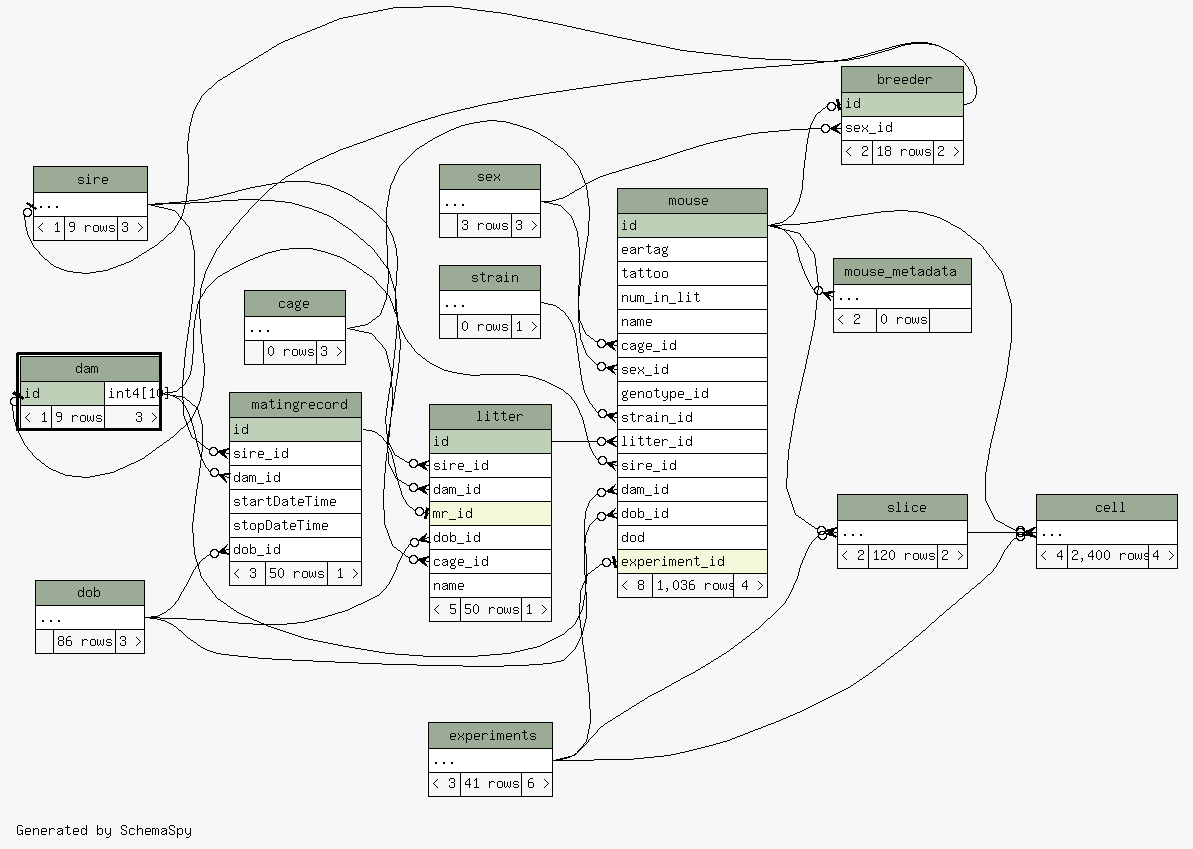
Earlier version of the Graphviz export database/ss/diagrams/dam.2degrees.png (tgbugs/mlab). Its source is kept beside it as database/ss/diagrams/dam.2degrees.dot. The source it was exported from:
```dot
digraph "twoDegreesRelationshipsDiagram" {
  graph [
    rankdir="RL"
    bgcolor="#f7f7f7"
    label="\nGenerated by SchemaSpy"
    labeljust="l"
    nodesep="0.18"
    ranksep="0.46"
    fontname="Helvetica"
    fontsize="11"
  ];
  node [
    fontname="Helvetica"
    fontsize="11"
    shape="plaintext"
  ];
  edge [
    arrowsize="0.8"
  ];
  "breeder":"id":w -> "mouse":"id":e [arrowhead=none dir=back arrowtail=teeodot];
  "breeder":"sex_id":w -> "sex":"elipses":e [arrowhead=none dir=back arrowtail=crowodot];
  "cell":"elipses":w -> "experiments":"elipses":e [arrowhead=none dir=back arrowtail=crowodot];
  "cell":"elipses":w -> "mouse":"id":e [arrowhead=none dir=back arrowtail=crowodot];
  "cell":"elipses":w -> "slice":"elipses":e [arrowhead=none dir=back arrowtail=crowodot];
  "dam":"id":w -> "breeder":"id":e [arrowhead=none dir=back arrowtail=teeodot];
  "litter":"cage_id":w -> "cage":"elipses":e [arrowhead=none dir=back arrowtail=crowodot];
  "litter":"dam_id":w -> "dam":"id.type":e [arrowhead=none dir=back arrowtail=crowodot];
  "litter":"dob_id":w -> "dob":"elipses":e [arrowhead=none dir=back arrowtail=crowodot];
  "litter":"mr_id":w -> "matingrecord":"id":e [arrowhead=none dir=back arrowtail=teeodot];
  "litter":"sire_id":w -> "sire":"elipses":e [arrowhead=none dir=back arrowtail=crowodot];
  "matingrecord":"dam_id":w -> "dam":"id.type":e [arrowhead=none dir=back arrowtail=crowodot];
  "matingrecord":"dob_id":w -> "dob":"elipses":e [arrowhead=none dir=back arrowtail=crowodot];
  "matingrecord":"sire_id":w -> "sire":"elipses":e [arrowhead=none dir=back arrowtail=crowodot];
  "mouse":"cage_id":w -> "cage":"elipses":e [arrowhead=none dir=back arrowtail=crowodot];
  "mouse":"dam_id":w -> "dam":"id.type":e [arrowhead=none dir=back arrowtail=crowodot];
  "mouse":"dob_id":w -> "dob":"elipses":e [arrowhead=none dir=back arrowtail=crowodot];
  "mouse":"experiment_id":w -> "experiments":"elipses":e [arrowhead=none dir=back arrowtail=teeodot];
  "mouse":"litter_id":w -> "litter":"id":e [arrowhead=none dir=back arrowtail=crowodot];
  "mouse":"sex_id":w -> "sex":"elipses":e [arrowhead=none dir=back arrowtail=crowodot];
  "mouse":"sire_id":w -> "sire":"elipses":e [arrowhead=none dir=back arrowtail=crowodot];
  "mouse":"strain_id":w -> "strain":"elipses":e [arrowhead=none dir=back arrowtail=crowodot];
  "mouse_metadata":"elipses":w -> "mouse":"id":e [arrowhead=none dir=back arrowtail=crowodot];
  "sire":"elipses":w -> "breeder":"id":e [arrowhead=none dir=back arrowtail=teeodot];
  "slice":"elipses":w -> "mouse":"id":e [arrowhead=none dir=back arrowtail=crowodot];
  "slice":"elipses":w -> "experiments":"elipses":e [arrowhead=none dir=back arrowtail=crowodot];
  "breeder" [
    label=<
    <TABLE BORDER="0" CELLBORDER="1" CELLSPACING="0" BGCOLOR="#ffffff">
      <TR><TD COLSPAN="3" BGCOLOR="#9bab96" ALIGN="CENTER">breeder</TD></TR>
      <TR><TD PORT="id" COLSPAN="3" BGCOLOR="#bed1b8" ALIGN="LEFT">id</TD></TR>
      <TR><TD PORT="sex_id" COLSPAN="3" ALIGN="LEFT">sex_id</TD></TR>
      <TR><TD ALIGN="LEFT" BGCOLOR="#f7f7f7">&lt; 2</TD><TD ALIGN="RIGHT" BGCOLOR="#f7f7f7">18 rows</TD><TD ALIGN="RIGHT" BGCOLOR="#f7f7f7">2 &gt;</TD></TR>
    </TABLE>>
    URL="breeder.html"
    tooltip="breeder"
  ];
  "cage" [
    label=<
    <TABLE BORDER="0" CELLBORDER="1" CELLSPACING="0" BGCOLOR="#ffffff">
      <TR><TD COLSPAN="3" BGCOLOR="#9bab96" ALIGN="CENTER">cage</TD></TR>
      <TR><TD PORT="elipses" COLSPAN="3" ALIGN="LEFT">...</TD></TR>
      <TR><TD ALIGN="LEFT" BGCOLOR="#f7f7f7">  </TD><TD ALIGN="RIGHT" BGCOLOR="#f7f7f7">0 rows</TD><TD ALIGN="RIGHT" BGCOLOR="#f7f7f7">3 &gt;</TD></TR>
    </TABLE>>
    URL="cage.html"
    tooltip="cage"
  ];
  "cell" [
    label=<
    <TABLE BORDER="0" CELLBORDER="1" CELLSPACING="0" BGCOLOR="#ffffff">
      <TR><TD COLSPAN="3" BGCOLOR="#9bab96" ALIGN="CENTER">cell</TD></TR>
      <TR><TD PORT="elipses" COLSPAN="3" ALIGN="LEFT">...</TD></TR>
      <TR><TD ALIGN="LEFT" BGCOLOR="#f7f7f7">&lt; 4</TD><TD ALIGN="RIGHT" BGCOLOR="#f7f7f7">2,400 rows</TD><TD ALIGN="RIGHT" BGCOLOR="#f7f7f7">4 &gt;</TD></TR>
    </TABLE>>
    URL="cell.html"
    tooltip="cell"
  ];
  "dam" [
    label=<
    <TABLE BORDER="2" CELLBORDER="1" CELLSPACING="0" BGCOLOR="#ffffff">
      <TR><TD COLSPAN="3" BGCOLOR="#9bab96" ALIGN="CENTER">dam</TD></TR>
      <TR><TD PORT="id" COLSPAN="2" BGCOLOR="#bed1b8" ALIGN="LEFT">id</TD><TD PORT="id.type" ALIGN="LEFT">int4[10]</TD></TR>
      <TR><TD ALIGN="LEFT" BGCOLOR="#f7f7f7">&lt; 1</TD><TD ALIGN="RIGHT" BGCOLOR="#f7f7f7">9 rows</TD><TD ALIGN="RIGHT" BGCOLOR="#f7f7f7">3 &gt;</TD></TR>
    </TABLE>>
    URL="dam.html"
    tooltip="dam"
  ];
  "dob" [
    label=<
    <TABLE BORDER="0" CELLBORDER="1" CELLSPACING="0" BGCOLOR="#ffffff">
      <TR><TD COLSPAN="3" BGCOLOR="#9bab96" ALIGN="CENTER">dob</TD></TR>
      <TR><TD PORT="elipses" COLSPAN="3" ALIGN="LEFT">...</TD></TR>
      <TR><TD ALIGN="LEFT" BGCOLOR="#f7f7f7">  </TD><TD ALIGN="RIGHT" BGCOLOR="#f7f7f7">86 rows</TD><TD ALIGN="RIGHT" BGCOLOR="#f7f7f7">3 &gt;</TD></TR>
    </TABLE>>
    URL="dob.html"
    tooltip="dob"
  ];
  "experiments" [
    label=<
    <TABLE BORDER="0" CELLBORDER="1" CELLSPACING="0" BGCOLOR="#ffffff">
      <TR><TD COLSPAN="3" BGCOLOR="#9bab96" ALIGN="CENTER">experiments</TD></TR>
      <TR><TD PORT="elipses" COLSPAN="3" ALIGN="LEFT">...</TD></TR>
      <TR><TD ALIGN="LEFT" BGCOLOR="#f7f7f7">&lt; 3</TD><TD ALIGN="RIGHT" BGCOLOR="#f7f7f7">41 rows</TD><TD ALIGN="RIGHT" BGCOLOR="#f7f7f7">6 &gt;</TD></TR>
    </TABLE>>
    URL="experiments.html"
    tooltip="experiments"
  ];
  "litter" [
    label=<
    <TABLE BORDER="0" CELLBORDER="1" CELLSPACING="0" BGCOLOR="#ffffff">
      <TR><TD COLSPAN="3" BGCOLOR="#9bab96" ALIGN="CENTER">litter</TD></TR>
      <TR><TD PORT="id" COLSPAN="3" BGCOLOR="#bed1b8" ALIGN="LEFT">id</TD></TR>
      <TR><TD PORT="sire_id" COLSPAN="3" ALIGN="LEFT">sire_id</TD></TR>
      <TR><TD PORT="dam_id" COLSPAN="3" ALIGN="LEFT">dam_id</TD></TR>
      <TR><TD PORT="mr_id" COLSPAN="3" BGCOLOR="#f4f7da" ALIGN="LEFT">mr_id</TD></TR>
      <TR><TD PORT="dob_id" COLSPAN="3" ALIGN="LEFT">dob_id</TD></TR>
      <TR><TD PORT="cage_id" COLSPAN="3" ALIGN="LEFT">cage_id</TD></TR>
      <TR><TD PORT="name" COLSPAN="3" ALIGN="LEFT">name</TD></TR>
      <TR><TD ALIGN="LEFT" BGCOLOR="#f7f7f7">&lt; 5</TD><TD ALIGN="RIGHT" BGCOLOR="#f7f7f7">50 rows</TD><TD ALIGN="RIGHT" BGCOLOR="#f7f7f7">1 &gt;</TD></TR>
    </TABLE>>
    URL="litter.html"
    tooltip="litter"
  ];
  "matingrecord" [
    label=<
    <TABLE BORDER="0" CELLBORDER="1" CELLSPACING="0" BGCOLOR="#ffffff">
      <TR><TD COLSPAN="3" BGCOLOR="#9bab96" ALIGN="CENTER">matingrecord</TD></TR>
      <TR><TD PORT="id" COLSPAN="3" BGCOLOR="#bed1b8" ALIGN="LEFT">id</TD></TR>
      <TR><TD PORT="sire_id" COLSPAN="3" ALIGN="LEFT">sire_id</TD></TR>
      <TR><TD PORT="dam_id" COLSPAN="3" ALIGN="LEFT">dam_id</TD></TR>
      <TR><TD PORT="startDateTime" COLSPAN="3" ALIGN="LEFT">startDateTime</TD></TR>
      <TR><TD PORT="stopDateTime" COLSPAN="3" ALIGN="LEFT">stopDateTime</TD></TR>
      <TR><TD PORT="dob_id" COLSPAN="3" ALIGN="LEFT">dob_id</TD></TR>
      <TR><TD ALIGN="LEFT" BGCOLOR="#f7f7f7">&lt; 3</TD><TD ALIGN="RIGHT" BGCOLOR="#f7f7f7">50 rows</TD><TD ALIGN="RIGHT" BGCOLOR="#f7f7f7">1 &gt;</TD></TR>
    </TABLE>>
    URL="matingrecord.html"
    tooltip="matingrecord"
  ];
  "mouse" [
    label=<
    <TABLE BORDER="0" CELLBORDER="1" CELLSPACING="0" BGCOLOR="#ffffff">
      <TR><TD COLSPAN="3" BGCOLOR="#9bab96" ALIGN="CENTER">mouse</TD></TR>
      <TR><TD PORT="id" COLSPAN="3" BGCOLOR="#bed1b8" ALIGN="LEFT">id</TD></TR>
      <TR><TD PORT="eartag" COLSPAN="3" ALIGN="LEFT">eartag</TD></TR>
      <TR><TD PORT="tattoo" COLSPAN="3" ALIGN="LEFT">tattoo</TD></TR>
      <TR><TD PORT="num_in_lit" COLSPAN="3" ALIGN="LEFT">num_in_lit</TD></TR>
      <TR><TD PORT="name" COLSPAN="3" ALIGN="LEFT">name</TD></TR>
      <TR><TD PORT="cage_id" COLSPAN="3" ALIGN="LEFT">cage_id</TD></TR>
      <TR><TD PORT="sex_id" COLSPAN="3" ALIGN="LEFT">sex_id</TD></TR>
      <TR><TD PORT="genotype_id" COLSPAN="3" ALIGN="LEFT">genotype_id</TD></TR>
      <TR><TD PORT="strain_id" COLSPAN="3" ALIGN="LEFT">strain_id</TD></TR>
      <TR><TD PORT="litter_id" COLSPAN="3" ALIGN="LEFT">litter_id</TD></TR>
      <TR><TD PORT="sire_id" COLSPAN="3" ALIGN="LEFT">sire_id</TD></TR>
      <TR><TD PORT="dam_id" COLSPAN="3" ALIGN="LEFT">dam_id</TD></TR>
      <TR><TD PORT="dob_id" COLSPAN="3" ALIGN="LEFT">dob_id</TD></TR>
      <TR><TD PORT="dod" COLSPAN="3" ALIGN="LEFT">dod</TD></TR>
      <TR><TD PORT="experiment_id" COLSPAN="3" BGCOLOR="#f4f7da" ALIGN="LEFT">experiment_id</TD></TR>
      <TR><TD ALIGN="LEFT" BGCOLOR="#f7f7f7">&lt; 8</TD><TD ALIGN="RIGHT" BGCOLOR="#f7f7f7">1,036 rows</TD><TD ALIGN="RIGHT" BGCOLOR="#f7f7f7">4 &gt;</TD></TR>
    </TABLE>>
    URL="mouse.html"
    tooltip="mouse"
  ];
  "mouse_metadata" [
    label=<
    <TABLE BORDER="0" CELLBORDER="1" CELLSPACING="0" BGCOLOR="#ffffff">
      <TR><TD COLSPAN="3" BGCOLOR="#9bab96" ALIGN="CENTER">mouse_metadata</TD></TR>
      <TR><TD PORT="elipses" COLSPAN="3" ALIGN="LEFT">...</TD></TR>
      <TR><TD ALIGN="LEFT" BGCOLOR="#f7f7f7">&lt; 2</TD><TD ALIGN="RIGHT" BGCOLOR="#f7f7f7">0 rows</TD><TD ALIGN="RIGHT" BGCOLOR="#f7f7f7">  </TD></TR>
    </TABLE>>
    URL="mouse_metadata.html"
    tooltip="mouse_metadata"
  ];
  "sex" [
    label=<
    <TABLE BORDER="0" CELLBORDER="1" CELLSPACING="0" BGCOLOR="#ffffff">
      <TR><TD COLSPAN="3" BGCOLOR="#9bab96" ALIGN="CENTER">sex</TD></TR>
      <TR><TD PORT="elipses" COLSPAN="3" ALIGN="LEFT">...</TD></TR>
      <TR><TD ALIGN="LEFT" BGCOLOR="#f7f7f7">  </TD><TD ALIGN="RIGHT" BGCOLOR="#f7f7f7">3 rows</TD><TD ALIGN="RIGHT" BGCOLOR="#f7f7f7">3 &gt;</TD></TR>
    </TABLE>>
    URL="sex.html"
    tooltip="sex"
  ];
  "sire" [
    label=<
    <TABLE BORDER="0" CELLBORDER="1" CELLSPACING="0" BGCOLOR="#ffffff">
      <TR><TD COLSPAN="3" BGCOLOR="#9bab96" ALIGN="CENTER">sire</TD></TR>
      <TR><TD PORT="elipses" COLSPAN="3" ALIGN="LEFT">...</TD></TR>
      <TR><TD ALIGN="LEFT" BGCOLOR="#f7f7f7">&lt; 1</TD><TD ALIGN="RIGHT" BGCOLOR="#f7f7f7">9 rows</TD><TD ALIGN="RIGHT" BGCOLOR="#f7f7f7">3 &gt;</TD></TR>
    </TABLE>>
    URL="sire.html"
    tooltip="sire"
  ];
  "slice" [
    label=<
    <TABLE BORDER="0" CELLBORDER="1" CELLSPACING="0" BGCOLOR="#ffffff">
      <TR><TD COLSPAN="3" BGCOLOR="#9bab96" ALIGN="CENTER">slice</TD></TR>
      <TR><TD PORT="elipses" COLSPAN="3" ALIGN="LEFT">...</TD></TR>
      <TR><TD ALIGN="LEFT" BGCOLOR="#f7f7f7">&lt; 2</TD><TD ALIGN="RIGHT" BGCOLOR="#f7f7f7">120 rows</TD><TD ALIGN="RIGHT" BGCOLOR="#f7f7f7">2 &gt;</TD></TR>
    </TABLE>>
    URL="slice.html"
    tooltip="slice"
  ];
  "strain" [
    label=<
    <TABLE BORDER="0" CELLBORDER="1" CELLSPACING="0" BGCOLOR="#ffffff">
      <TR><TD COLSPAN="3" BGCOLOR="#9bab96" ALIGN="CENTER">strain</TD></TR>
      <TR><TD PORT="elipses" COLSPAN="3" ALIGN="LEFT">...</TD></TR>
      <TR><TD ALIGN="LEFT" BGCOLOR="#f7f7f7">  </TD><TD ALIGN="RIGHT" BGCOLOR="#f7f7f7">0 rows</TD><TD ALIGN="RIGHT" BGCOLOR="#f7f7f7">1 &gt;</TD></TR>
    </TABLE>>
    URL="strain.html"
    tooltip="strain"
  ];
}
```
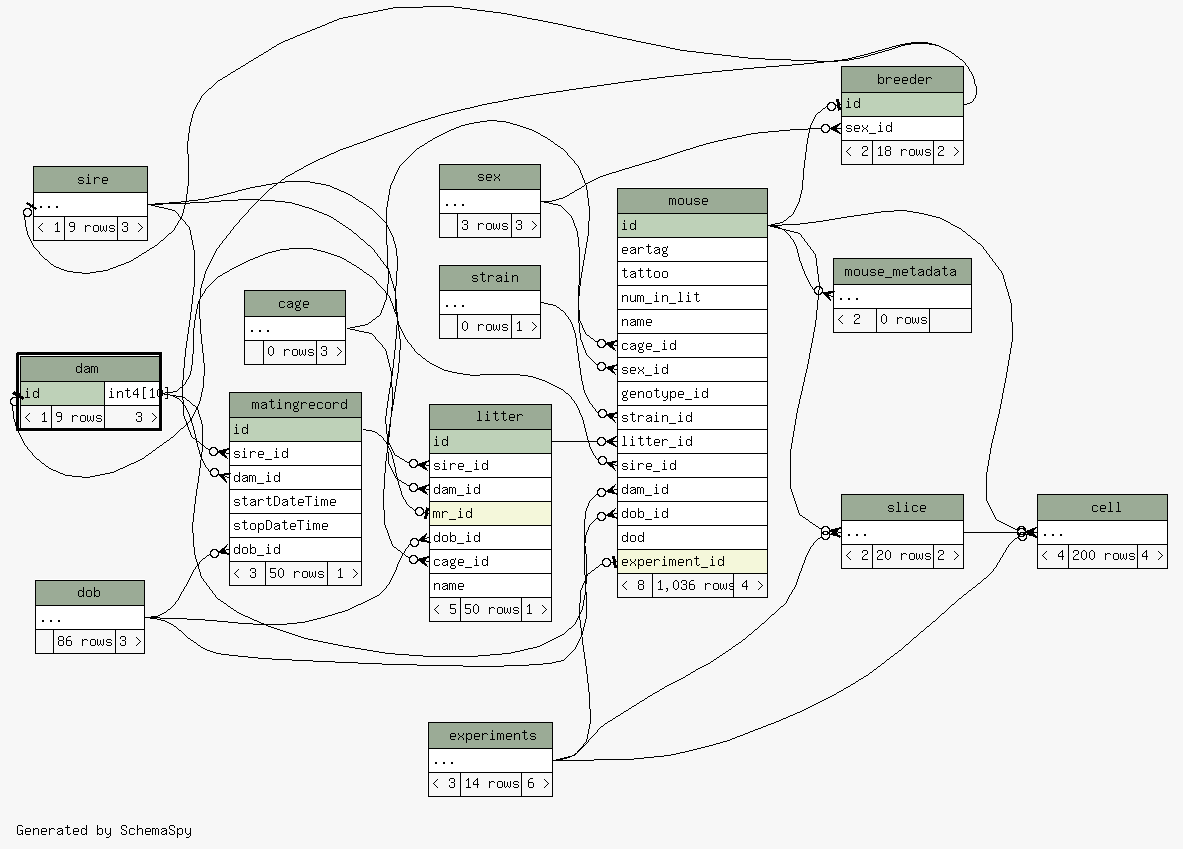
Later version of the same file.

The edit, as a diff of the source:
```diff
@@ -69,7 +69,7 @@
     <TABLE BORDER="0" CELLBORDER="1" CELLSPACING="0" BGCOLOR="#ffffff">
       <TR><TD COLSPAN="3" BGCOLOR="#9bab96" ALIGN="CENTER">cell</TD></TR>
       <TR><TD PORT="elipses" COLSPAN="3" ALIGN="LEFT">...</TD></TR>
-      <TR><TD ALIGN="LEFT" BGCOLOR="#f7f7f7">&lt; 4</TD><TD ALIGN="RIGHT" BGCOLOR="#f7f7f7">2,400 rows</TD><TD ALIGN="RIGHT" BGCOLOR="#f7f7f7">4 &gt;</TD></TR>
+      <TR><TD ALIGN="LEFT" BGCOLOR="#f7f7f7">&lt; 4</TD><TD ALIGN="RIGHT" BGCOLOR="#f7f7f7">200 rows</TD><TD ALIGN="RIGHT" BGCOLOR="#f7f7f7">4 &gt;</TD></TR>
     </TABLE>>
     URL="cell.html"
     tooltip="cell"
@@ -99,7 +99,7 @@
     <TABLE BORDER="0" CELLBORDER="1" CELLSPACING="0" BGCOLOR="#ffffff">
       <TR><TD COLSPAN="3" BGCOLOR="#9bab96" ALIGN="CENTER">experiments</TD></TR>
       <TR><TD PORT="elipses" COLSPAN="3" ALIGN="LEFT">...</TD></TR>
-      <TR><TD ALIGN="LEFT" BGCOLOR="#f7f7f7">&lt; 3</TD><TD ALIGN="RIGHT" BGCOLOR="#f7f7f7">41 rows</TD><TD ALIGN="RIGHT" BGCOLOR="#f7f7f7">6 &gt;</TD></TR>
+      <TR><TD ALIGN="LEFT" BGCOLOR="#f7f7f7">&lt; 3</TD><TD ALIGN="RIGHT" BGCOLOR="#f7f7f7">14 rows</TD><TD ALIGN="RIGHT" BGCOLOR="#f7f7f7">6 &gt;</TD></TR>
     </TABLE>>
     URL="experiments.html"
     tooltip="experiments"
@@ -194,7 +194,7 @@
     <TABLE BORDER="0" CELLBORDER="1" CELLSPACING="0" BGCOLOR="#ffffff">
       <TR><TD COLSPAN="3" BGCOLOR="#9bab96" ALIGN="CENTER">slice</TD></TR>
       <TR><TD PORT="elipses" COLSPAN="3" ALIGN="LEFT">...</TD></TR>
-      <TR><TD ALIGN="LEFT" BGCOLOR="#f7f7f7">&lt; 2</TD><TD ALIGN="RIGHT" BGCOLOR="#f7f7f7">120 rows</TD><TD ALIGN="RIGHT" BGCOLOR="#f7f7f7">2 &gt;</TD></TR>
+      <TR><TD ALIGN="LEFT" BGCOLOR="#f7f7f7">&lt; 2</TD><TD ALIGN="RIGHT" BGCOLOR="#f7f7f7">20 rows</TD><TD ALIGN="RIGHT" BGCOLOR="#f7f7f7">2 &gt;</TD></TR>
     </TABLE>>
     URL="slice.html"
     tooltip="slice"
```
